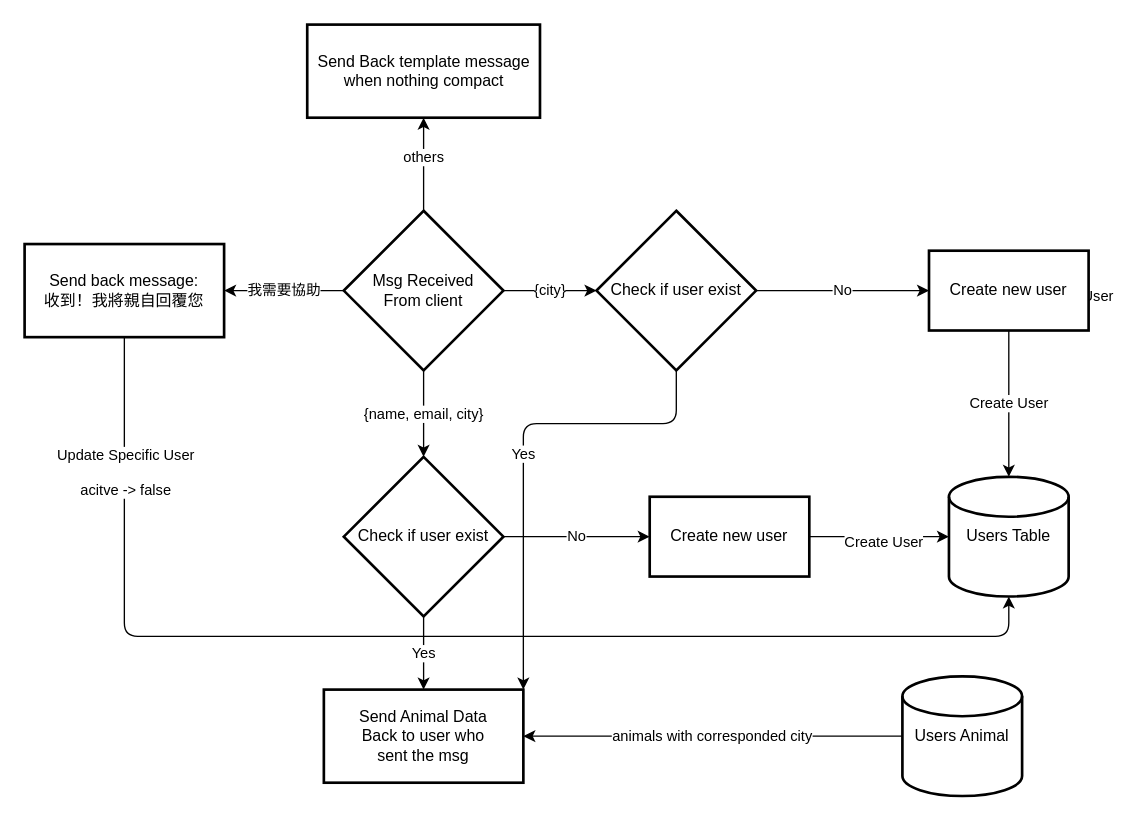
Before: backend/Diagram/user.drawio in ctchen222/FurFriend-Finder, a draw.io diagram. Source tidied: cells renumbered, new cells numbered last; positions are measured from the earlier drawing's top-left corner, leaving out a move shared by most shapes. Both pictures are drawn from the tidied source at 133%, with x=0, y=0 at pixel (24, 24).
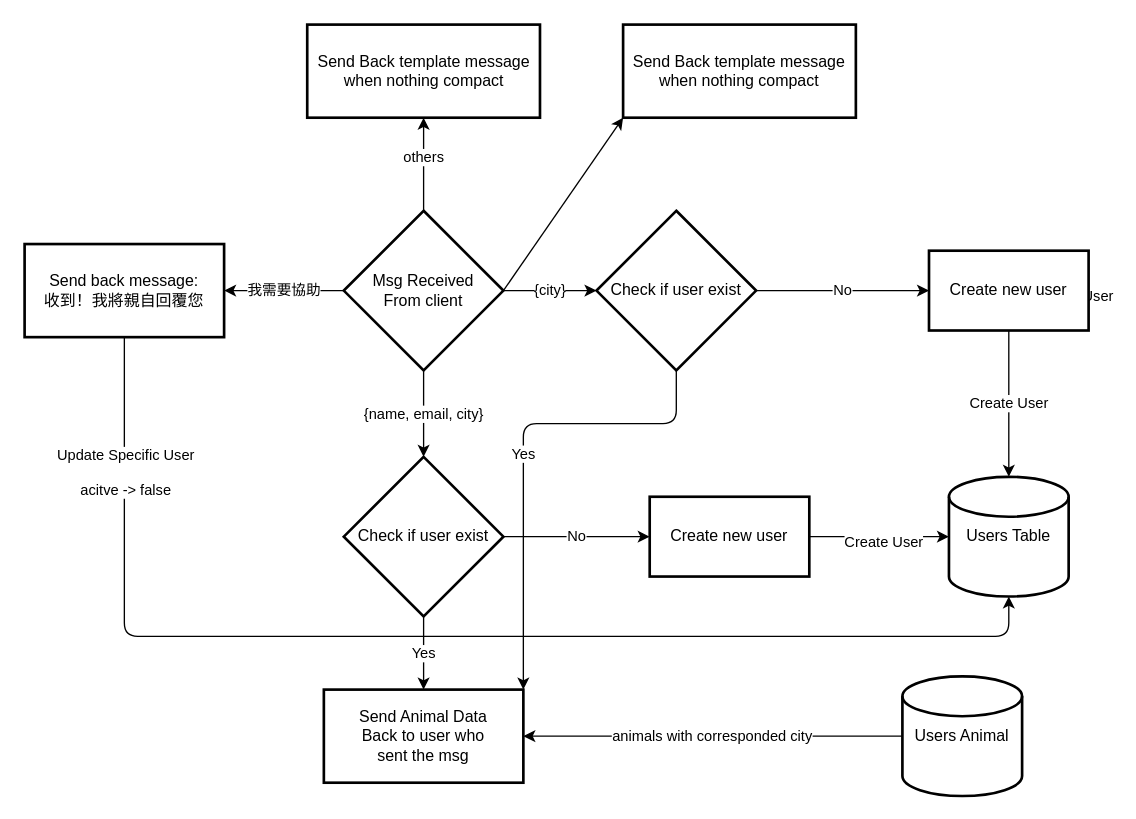
After the change.

Unchanged cells that the change refers to:
```xml
<mxCell id="6" value="Msg Received&lt;br&gt;From client" style="strokeWidth=2;html=1;shape=mxgraph.flowchart.decision;whiteSpace=wrap;" parent="1" vertex="1">
  <mxGeometry x="240" y="140" width="120" height="120" as="geometry" />
</mxCell>
```

The edit, as a diff of the source:
```diff
@@
+    <mxCell id="27" style="edgeStyle=none;html=1;exitX=1;exitY=0.5;exitDx=0;exitDy=0;exitPerimeter=0;entryX=0;entryY=1;entryDx=0;entryDy=0;" parent="1" edge="1" source="6" target="28">
+      <mxGeometry relative="1" as="geometry" />
+    </mxCell>
@@
+    <mxCell id="28" value="Send Back template message when nothing compact" style="whiteSpace=wrap;html=1;strokeWidth=2;" parent="1" vertex="1">
+      <mxGeometry x="450" width="175" height="70" as="geometry" />
+    </mxCell>
```
